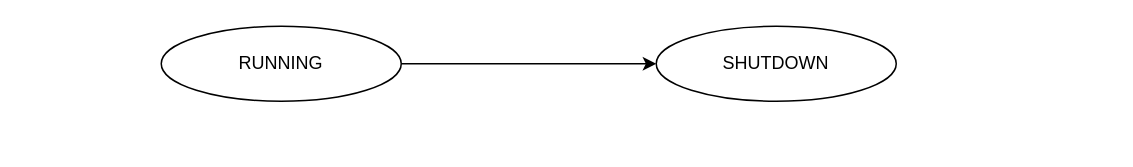
bluefantasy2014/draw.io keeps this draw.io diagram as 51cto_jcp_threadpoolexecutor.drawio. Above is the earlier version. Source tidied: cells renumbered, new cells numbered last; positions are measured from the earlier drawing's top-left corner, leaving out a move shared by most shapes. Both pictures are drawn from the tidied source at 150%, with x=0, y=0 at pixel (160, 26).
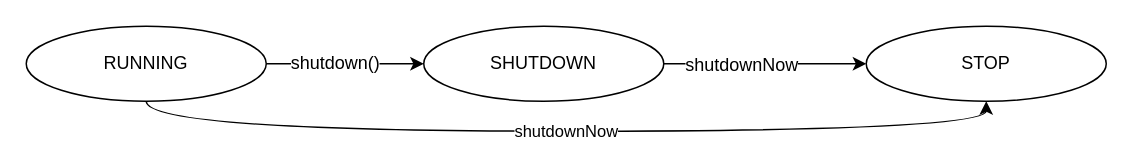
After the change.

Diff of the diagram source:
```diff
@@
 <mxGraphModel>
   <root>
     <mxCell id="0" />
     <mxCell id="1" parent="0" />
     <mxCell id="2" style="edgeStyle=orthogonalEdgeStyle;rounded=0;jettySize=auto;html=1;exitX=1;exitY=0.5;exitDx=0;exitDy=0;entryX=0;entryY=0.5;entryDx=0;entryDy=0;" parent="1" edge="1" source="3" target="4">
       <mxGeometry relative="1" as="geometry" />
     </mxCell>
+    <mxCell id="5" value="shutdown()" style="text;html=1;align=center;verticalAlign=middle;labelBackgroundColor=#ffffff;" parent="2" vertex="1">
+      <mxGeometry x="-0.14" y="1" relative="1" as="geometry" />
+    </mxCell>
+    <mxCell id="6" value="shutdownNow" style="edgeStyle=orthogonalEdgeStyle;curved=1;rounded=0;jettySize=auto;html=1;exitX=0.5;exitY=1;exitDx=0;exitDy=0;entryX=0.5;entryY=1;entryDx=0;entryDy=0;" parent="1" edge="1" source="3" target="9">
+      <mxGeometry relative="1" as="geometry" />
+    </mxCell>
     <mxCell id="3" value="RUNNING" style="ellipse;whiteSpace=wrap;html=1;" parent="1" vertex="1">
-      <mxGeometry width="160" height="50" as="geometry" />
+      <mxGeometry x="-90" width="160" height="50" as="geometry" />
     </mxCell>
+    <mxCell id="7" style="edgeStyle=orthogonalEdgeStyle;rounded=0;jettySize=auto;html=1;exitX=1;exitY=0.5;exitDx=0;exitDy=0;entryX=0;entryY=0.5;entryDx=0;entryDy=0;" parent="1" edge="1" source="4" target="9">
+      <mxGeometry relative="1" as="geometry" />
+    </mxCell>
+    <mxCell id="8" value="shutdownNow" style="text;html=1;align=center;verticalAlign=middle;labelBackgroundColor=#ffffff;" parent="7" vertex="1">
+      <mxGeometry x="-0.24" relative="1" as="geometry" />
+    </mxCell>
     <mxCell id="4" value="SHUTDOWN" style="ellipse;whiteSpace=wrap;html=1;" parent="1" vertex="1">
-      <mxGeometry x="330" width="160" height="50" as="geometry" />
+      <mxGeometry x="175" width="160" height="50" as="geometry" />
     </mxCell>
+    <mxCell id="9" value="STOP" style="ellipse;whiteSpace=wrap;html=1;" parent="1" vertex="1">
+      <mxGeometry x="470" width="160" height="50" as="geometry" />
+    </mxCell>
   </root>
 </mxGraphModel>
```
